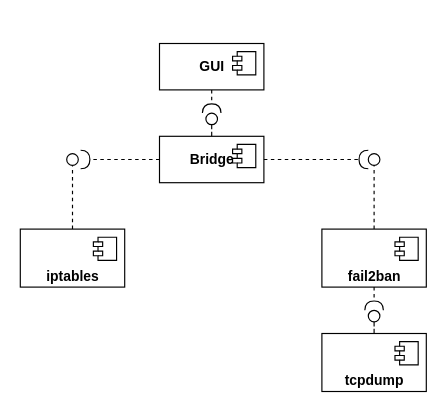
The draw.io diagram page "component diagram" (4 of 4) of designdoc/wall2ban.drawio in bloomingseed/wall2ban, before the edit. Source tidied: cells renumbered, new cells numbered last; positions are measured from the earlier drawing's top-left corner, leaving out a move shared by most shapes. Both pictures are drawn from the tidied source at 116%, with x=0, y=0 at pixel (20, 43).
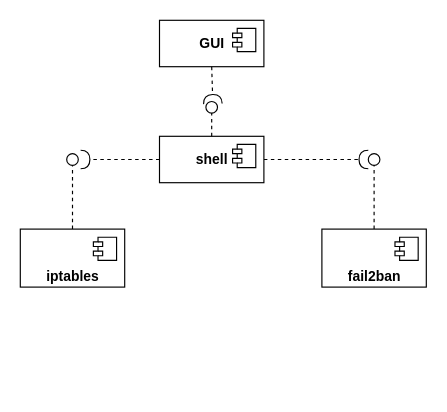
The same diagram, later.

Unchanged cells that the change refers to:
```xml
<mxCell id="9" value="&lt;b&gt;fail2ban&lt;/b&gt;" style="html=1;verticalAlign=bottom;" parent="1" vertex="1">
  <mxGeometry x="260" y="160" width="90" height="50" as="geometry" />
</mxCell>
<mxCell id="16" style="ellipse;whiteSpace=wrap;html=1;fontFamily=Helvetica;fontSize=12;fontColor=#000000;align=center;strokeColor=#000000;fillColor=#ffffff;points=[];" parent="1" vertex="1">
  <mxGeometry x="40" y="95" width="10" height="10" as="geometry" />
</mxCell>
<mxCell id="22" style="ellipse;whiteSpace=wrap;html=1;fontFamily=Helvetica;fontSize=12;fontColor=#000000;align=center;strokeColor=#000000;fillColor=#ffffff;points=[];" parent="1" vertex="1">
  <mxGeometry x="300" y="95" width="10" height="10" as="geometry" />
</mxCell>
```

Diff of the diagram source:
```diff
@@
     <mxCell id="2" value="&lt;b&gt;GUI&lt;/b&gt;" style="html=1;" parent="1" vertex="1">
-      <mxGeometry x="120" width="90" height="40" as="geometry" />
+      <mxGeometry x="120" y="-20" width="90" height="40" as="geometry" />
     </mxCell>
@@
-    <mxCell id="4" style="edgeStyle=orthogonalEdgeStyle;rounded=0;jettySize=auto;html=1;exitX=0.5;exitY=0;exitDx=0;exitDy=0;dashed=1;endArrow=none;endFill=0;" parent="1" edge="1" source="5" target="21">
-      <mxGeometry relative="1" as="geometry" />
-    </mxCell>
-    <mxCell id="5" value="&lt;b&gt;Bridge&lt;/b&gt;" style="html=1;" parent="1" vertex="1">
-      <mxGeometry x="120" y="80" width="90" height="40" as="geometry" />
-    </mxCell>
-    <mxCell id="6" style="shape=component;jettyWidth=8;jettyHeight=4;" parent="5" vertex="1">
-      <mxGeometry x="1" width="20" height="20" relative="1" as="geometry">
-        <mxPoint x="-27" y="7" as="offset" />
-      </mxGeometry>
-    </mxCell>
@@
-    <mxCell id="11" style="edgeStyle=orthogonalEdgeStyle;rounded=0;jettySize=auto;html=1;exitX=0.5;exitY=0;exitDx=0;exitDy=0;dashed=1;endArrow=none;endFill=0;" parent="1" edge="1" source="12" target="23">
-      <mxGeometry relative="1" as="geometry" />
-    </mxCell>
-    <mxCell id="12" value="&lt;b&gt;tcpdump&lt;/b&gt;" style="html=1;verticalAlign=bottom;" parent="1" vertex="1">
-      <mxGeometry x="260" y="250" width="90" height="50" as="geometry" />
-    </mxCell>
-    <mxCell id="13" style="shape=component;jettyWidth=8;jettyHeight=4;" parent="12" vertex="1">
-      <mxGeometry x="1" width="20" height="20" relative="1" as="geometry">
-        <mxPoint x="-27" y="7" as="offset" />
-      </mxGeometry>
-    </mxCell>
@@
-    <mxCell id="15" style="rounded=0;jettySize=auto;html=1;endArrow=halfCircle;endFill=0;endSize=6;strokeWidth=1;dashed=1;exitX=0;exitY=0.5;exitDx=0;exitDy=0;entryX=1.2;entryY=0.5;entryDx=0;entryDy=0;entryPerimeter=0;" parent="1" edge="1" source="5" target="16">
-      <mxGeometry relative="1" as="geometry" />
+    <mxCell id="15" style="rounded=0;jettySize=auto;html=1;endArrow=halfCircle;endFill=0;endSize=6;strokeWidth=1;dashed=1;exitX=0;exitY=0.5;exitDx=0;exitDy=0;entryX=1.2;entryY=0.5;entryDx=0;entryDy=0;entryPerimeter=0;" parent="1" edge="1" target="16">
+      <mxGeometry relative="1" as="geometry">
+        <mxPoint x="120" y="100" as="sourcePoint" />
+      </mxGeometry>
     </mxCell>
@@
-    <mxCell id="17" style="rounded=0;jettySize=auto;html=1;endArrow=halfCircle;endFill=0;endSize=6;strokeWidth=1;dashed=1;exitX=0.5;exitY=1;exitDx=0;exitDy=0;" parent="1" edge="1" source="2">
-      <mxGeometry relative="1" as="geometry">
-        <mxPoint x="165" y="60" as="targetPoint" />
-      </mxGeometry>
-    </mxCell>
-    <mxCell id="18" style="rounded=0;jettySize=auto;html=1;endArrow=halfCircle;endFill=0;endSize=6;strokeWidth=1;dashed=1;exitX=1;exitY=0.5;exitDx=0;exitDy=0;entryX=0;entryY=0.5;entryDx=0;entryDy=0;entryPerimeter=0;" parent="1" edge="1" source="5" target="22">
-      <mxGeometry relative="1" as="geometry" />
+    <mxCell id="18" style="rounded=0;jettySize=auto;html=1;endArrow=halfCircle;endFill=0;endSize=6;strokeWidth=1;dashed=1;exitX=1;exitY=0.5;exitDx=0;exitDy=0;entryX=0;entryY=0.5;entryDx=0;entryDy=0;entryPerimeter=0;" parent="1" edge="1" target="22">
+      <mxGeometry relative="1" as="geometry">
+        <mxPoint x="210" y="100" as="sourcePoint" />
+      </mxGeometry>
     </mxCell>
-    <mxCell id="19" style="rounded=0;jettySize=auto;html=1;endArrow=halfCircle;endFill=0;endSize=6;strokeWidth=1;dashed=1;exitX=0.5;exitY=1;exitDx=0;exitDy=0;" parent="1" edge="1" source="9">
-      <mxGeometry relative="1" as="geometry">
-        <mxPoint x="305" y="230" as="targetPoint" />
-      </mxGeometry>
-    </mxCell>
@@
-    <mxCell id="21" style="ellipse;whiteSpace=wrap;html=1;fontFamily=Helvetica;fontSize=12;fontColor=#000000;align=center;strokeColor=#000000;fillColor=#ffffff;points=[];" parent="1" vertex="1">
-      <mxGeometry x="160" y="60" width="10" height="10" as="geometry" />
-    </mxCell>
@@
-    <mxCell id="23" style="ellipse;whiteSpace=wrap;html=1;fontFamily=Helvetica;fontSize=12;fontColor=#000000;align=center;strokeColor=#000000;fillColor=#ffffff;points=[];" parent="1" vertex="1">
-      <mxGeometry x="300" y="230" width="10" height="10" as="geometry" />
-    </mxCell>
+    <mxCell id="24" value="&lt;b&gt;shell&lt;/b&gt;" style="html=1;" parent="1" vertex="1">
+      <mxGeometry x="120" y="80" width="90" height="40" as="geometry" />
+    </mxCell>
+    <mxCell id="25" style="shape=component;jettyWidth=8;jettyHeight=4;" parent="24" vertex="1">
+      <mxGeometry x="1" width="20" height="20" relative="1" as="geometry">
+        <mxPoint x="-27" y="7" as="offset" />
+      </mxGeometry>
+    </mxCell>
+    <mxCell id="26" style="ellipse;whiteSpace=wrap;html=1;fontFamily=Helvetica;fontSize=12;fontColor=#000000;align=center;strokeColor=#000000;fillColor=#ffffff;points=[];" parent="1" vertex="1">
+      <mxGeometry x="160" y="50" width="10" height="10" as="geometry" />
+    </mxCell>
+    <mxCell id="27" style="rounded=0;jettySize=auto;html=1;endArrow=halfCircle;endFill=0;endSize=6;strokeWidth=1;dashed=1;exitX=0.5;exitY=1;exitDx=0;exitDy=0;" parent="1" edge="1" source="2">
+      <mxGeometry relative="1" as="geometry">
+        <mxPoint x="166" y="52" as="targetPoint" />
+      </mxGeometry>
+    </mxCell>
+    <mxCell id="28" style="rounded=0;jettySize=auto;html=1;endArrow=none;endFill=0;dashed=1;exitX=0.5;exitY=0;exitDx=0;exitDy=0;" parent="1" edge="1" source="24" target="26">
+      <mxGeometry relative="1" as="geometry" />
+    </mxCell>
```
